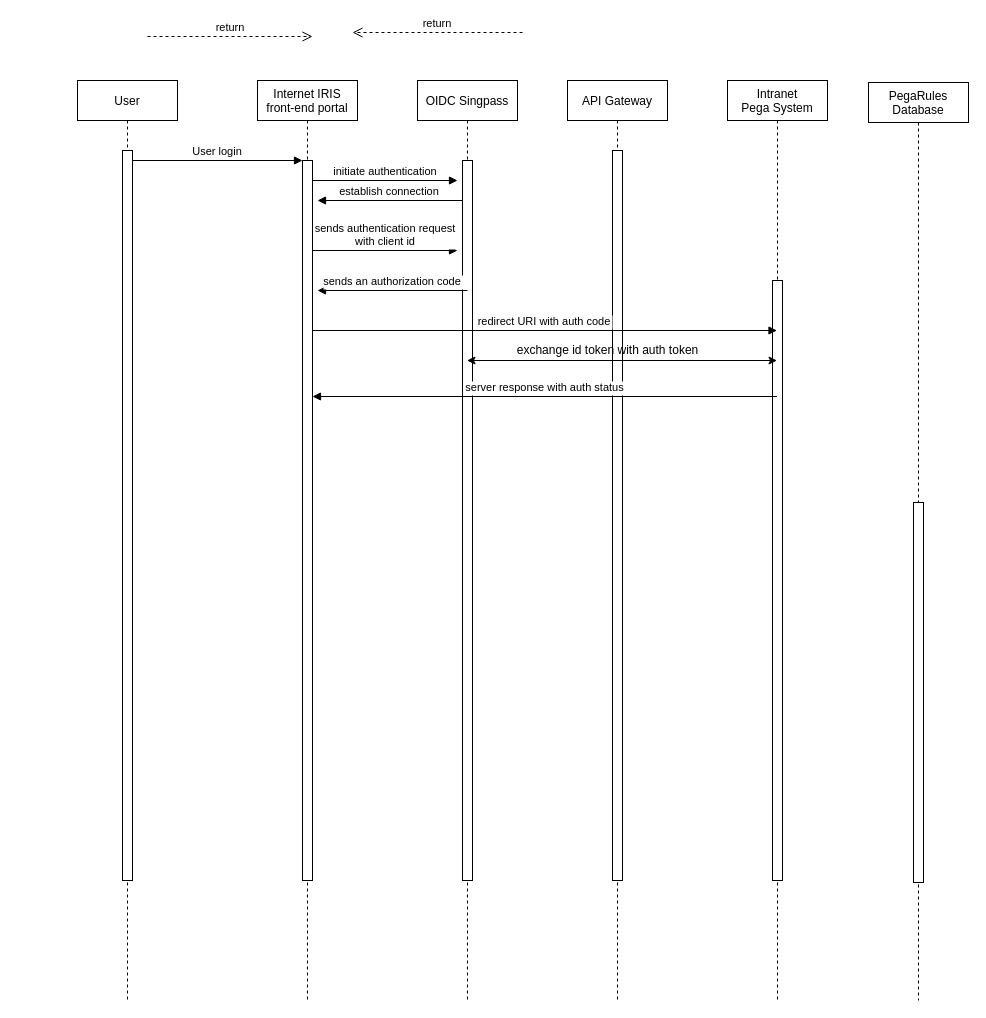
This is iris-seq-diagram-final.drawio from RachelGnanaraj/app.diagrams, a draw.io file, before an edit. Source tidied: cells renumbered, new cells numbered last; positions are measured from the earlier drawing's top-left corner, leaving out a move shared by most shapes. Both pictures are drawn from the tidied source at 100%, with x=0, y=0 at pixel (77, 32).
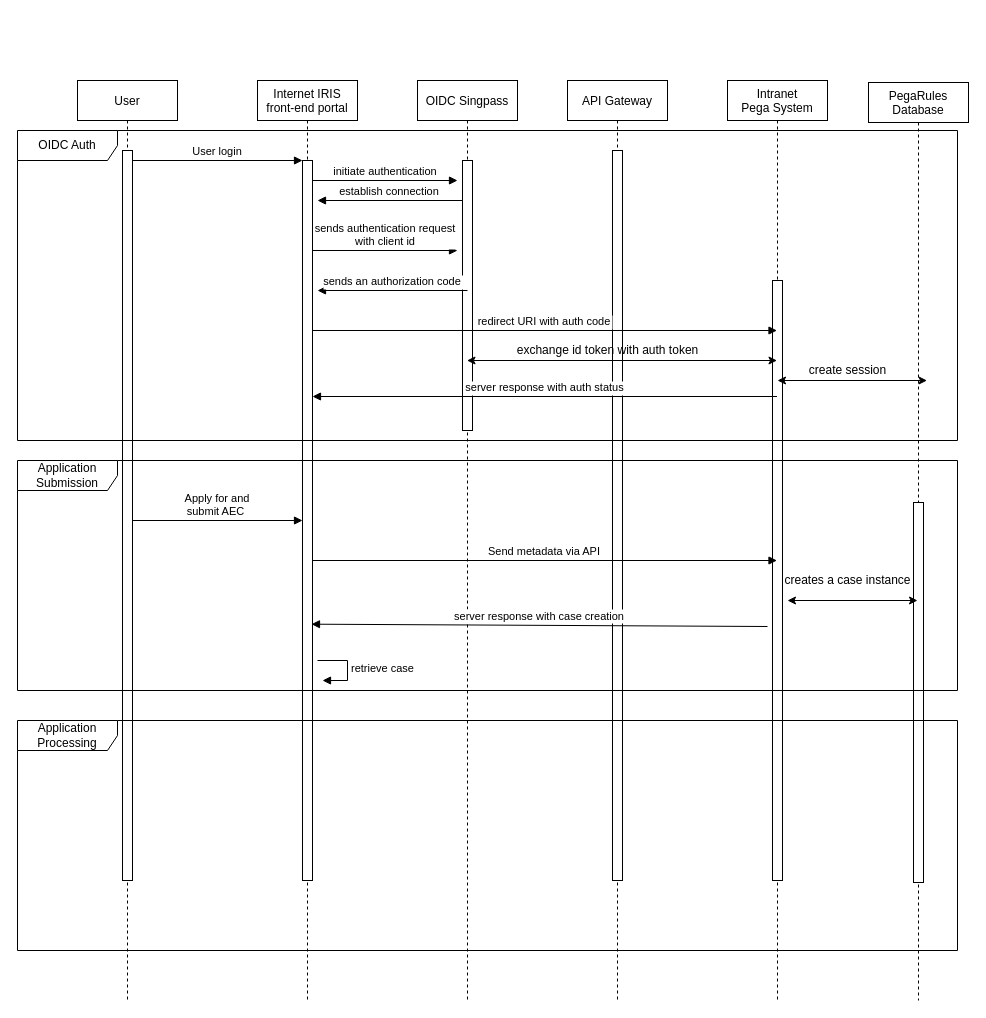
After the change.

Unchanged cells that the change refers to:
```xml
<mxCell id="5" style="points=[];perimeter=orthogonalPerimeter;rounded=0;shadow=0;strokeWidth=1;" parent="4" vertex="1">
  <mxGeometry x="45" y="80" width="10" height="720" as="geometry" />
</mxCell>
<mxCell id="15" value="OIDC Singpass" style="shape=umlLifeline;perimeter=lifelinePerimeter;rounded=0;shadow=0;strokeWidth=1;" parent="1" vertex="1">
  <mxGeometry x="340" y="48" width="100" height="920" as="geometry" />
</mxCell>
```

Change to the diagram source:
```diff
@@
     <mxCell id="16" style="perimeter=orthogonalPerimeter;rounded=0;shadow=0;strokeWidth=1;" parent="15" vertex="1">
-      <mxGeometry x="45" y="80" width="10" height="720" as="geometry" />
+      <mxGeometry x="45" y="80" width="10" height="270" as="geometry" />
     </mxCell>
@@
-    <mxCell id="20" value="return" style="verticalAlign=bottom;endArrow=open;dashed=1;endSize=8;exitX=1;exitY=0.95;shadow=0;strokeWidth=1;" parent="1" edge="1">
-      <mxGeometry relative="1" as="geometry">
-        <mxPoint x="70" y="4" as="sourcePoint" />
-        <mxPoint x="235" y="4" as="targetPoint" />
-      </mxGeometry>
-    </mxCell>
-    <mxCell id="21" value="return" style="verticalAlign=bottom;endArrow=open;dashed=1;endSize=8;exitX=0;exitY=0.95;shadow=0;strokeWidth=1;" parent="1" edge="1">
-      <mxGeometry relative="1" as="geometry">
-        <mxPoint x="445" as="sourcePoint" />
-        <mxPoint x="275" as="targetPoint" />
-      </mxGeometry>
-    </mxCell>
@@
+    <mxCell id="25" value="Apply for and &#10;submit AEC " style="verticalAlign=bottom;endArrow=block;entryX=0;entryY=0;shadow=0;strokeWidth=1;" parent="1" edge="1">
+      <mxGeometry relative="1" as="geometry">
+        <mxPoint x="55" y="488" as="sourcePoint" />
+        <mxPoint x="225" y="488" as="targetPoint" />
+      </mxGeometry>
+    </mxCell>
+    <mxCell id="26" value="Send metadata via API" style="verticalAlign=bottom;endArrow=block;shadow=0;strokeWidth=1;" parent="1" edge="1">
+      <mxGeometry relative="1" as="geometry">
+        <mxPoint x="235" y="528" as="sourcePoint" />
+        <mxPoint x="699.5" y="528" as="targetPoint" />
+      </mxGeometry>
+    </mxCell>
+    <mxCell id="27" style="endArrow=classic;startArrow=classic;html=1;rounded=0;" parent="1" edge="1">
+      <mxGeometry relative="1" as="geometry">
+        <mxPoint x="710" y="568" as="sourcePoint" />
+        <mxPoint x="840" y="568" as="targetPoint" />
+      </mxGeometry>
+    </mxCell>
+    <mxCell id="28" value="creates a case instance" style="text;html=1;align=center;verticalAlign=middle;strokeColor=none;fillColor=none;" parent="1" vertex="1">
+      <mxGeometry x="695" y="533" width="150" height="30" as="geometry" />
+    </mxCell>
+    <mxCell id="29" value="server response with case creation" style="verticalAlign=bottom;endArrow=block;shadow=0;strokeWidth=1;entryX=0.9;entryY=0.644;entryDx=0;entryDy=0;entryPerimeter=0;" parent="1" edge="1" target="5">
+      <mxGeometry relative="1" as="geometry">
+        <mxPoint x="690" y="594" as="sourcePoint" />
+      </mxGeometry>
+    </mxCell>
+    <mxCell id="30" value="retrieve case" style="edgeStyle=orthogonalEdgeStyle;html=1;align=left;spacingLeft=2;endArrow=block;rounded=0;entryX=1;entryY=0;" parent="1" edge="1">
+      <mxGeometry relative="1" as="geometry">
+        <mxPoint x="240" y="628" as="sourcePoint" />
+        <mxPoint x="245" y="648" as="targetPoint" />
+        <Array as="points">
+          <mxPoint x="270" y="628" />
+        </Array>
+      </mxGeometry>
+    </mxCell>
+    <mxCell id="31" value="OIDC Auth" style="shape=umlFrame;whiteSpace=wrap;html=1;width=100;height=30;" parent="1" vertex="1">
+      <mxGeometry x="-60" y="98" width="940" height="310" as="geometry" />
+    </mxCell>
+    <mxCell id="32" style="endArrow=classic;startArrow=classic;html=1;rounded=0;" parent="1" edge="1">
+      <mxGeometry relative="1" as="geometry">
+        <mxPoint x="700" y="348" as="sourcePoint" />
+        <mxPoint x="849.5" y="348" as="targetPoint" />
+      </mxGeometry>
+    </mxCell>
+    <mxCell id="33" value="create session" style="text;html=1;align=center;verticalAlign=middle;strokeColor=none;fillColor=none;" parent="1" vertex="1">
+      <mxGeometry x="720" y="323" width="100" height="30" as="geometry" />
+    </mxCell>
+    <mxCell id="34" value="Application&lt;br&gt;Submission" style="shape=umlFrame;whiteSpace=wrap;html=1;width=100;height=30;" parent="1" vertex="1">
+      <mxGeometry x="-60" y="428" width="940" height="230" as="geometry" />
+    </mxCell>
+    <mxCell id="35" value="Application&lt;br&gt;Processing" style="shape=umlFrame;whiteSpace=wrap;html=1;width=100;height=30;" parent="1" vertex="1">
+      <mxGeometry x="-60" y="688" width="940" height="230" as="geometry" />
+    </mxCell>
```
